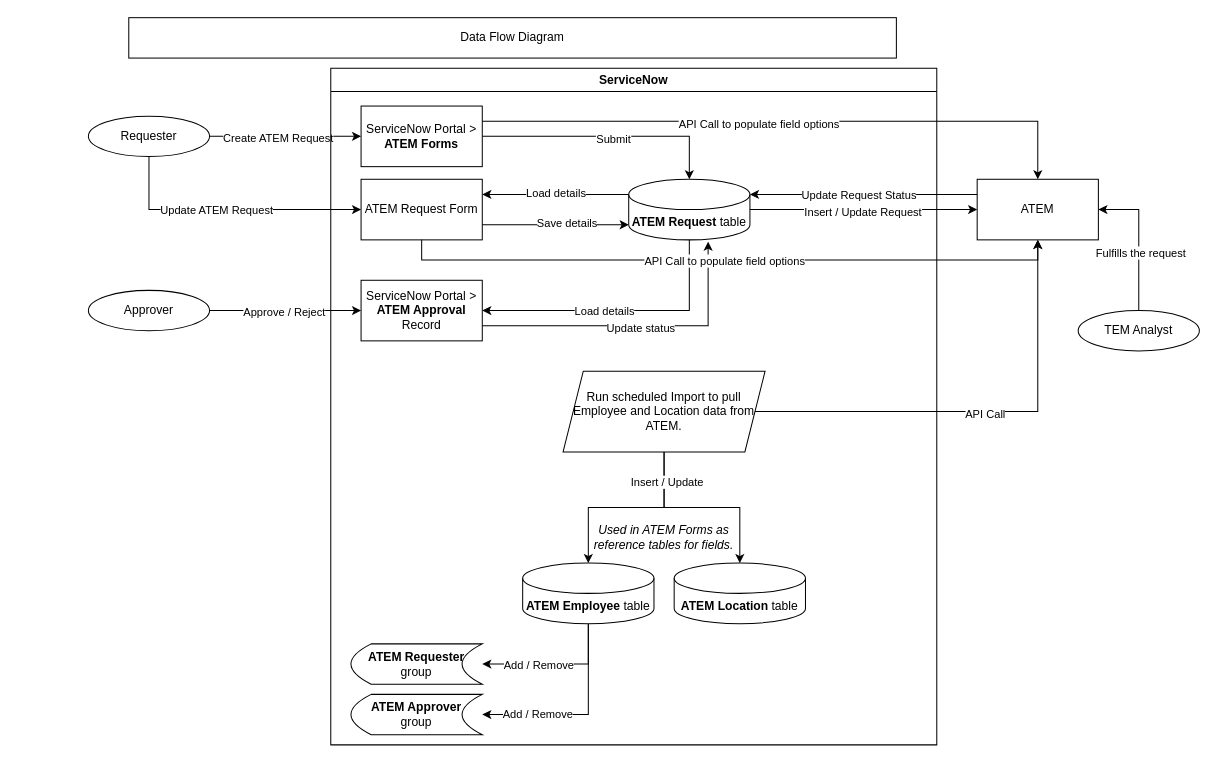
Above: ATEM Wireless DFD.drawio in delatorrepsyche/Flowcharts (draw.io), before the change. Source tidied: cells renumbered, new cells numbered last; positions are measured from the earlier drawing's top-left corner, leaving out a move shared by most shapes. Both pictures are drawn from the tidied source at 101%, with x=0, y=0 at pixel (88, 17).
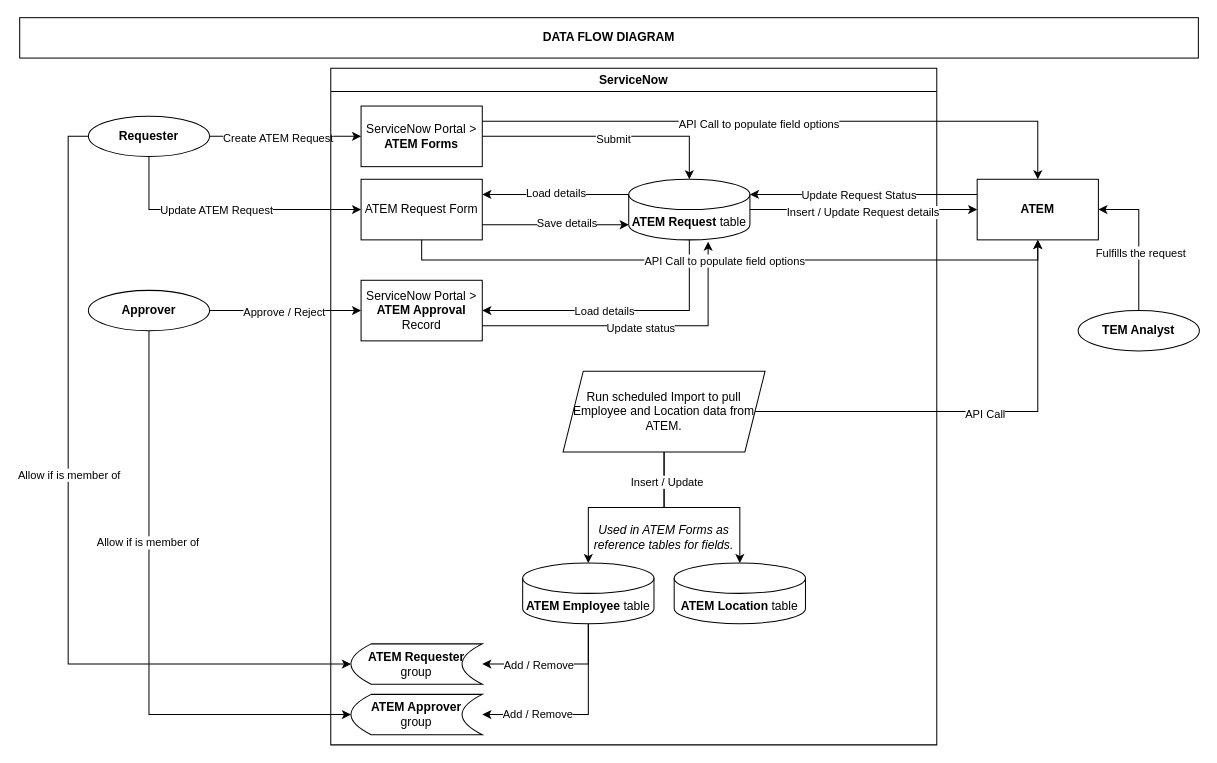
The same page after the edit.

Unchanged cells that the change refers to:
```xml
<mxCell id="26" value="&lt;b&gt;ATEM Requester&lt;/b&gt;&lt;div&gt;group&lt;/div&gt;" style="shape=dataStorage;whiteSpace=wrap;html=1;fixedSize=1;align=center;" parent="7" vertex="1">
  <mxGeometry x="20" y="570" width="130" height="40" as="geometry" />
</mxCell>
<mxCell id="27" value="&lt;b&gt;ATEM Approver&lt;/b&gt;&lt;div&gt;group&lt;/div&gt;" style="shape=dataStorage;whiteSpace=wrap;html=1;fixedSize=1;align=center;" parent="7" vertex="1">
  <mxGeometry x="20" y="620" width="130" height="40" as="geometry" />
</mxCell>
<mxCell id="39" style="edgeStyle=orthogonalEdgeStyle;rounded=0;jettySize=auto;html=1;exitX=1;exitY=0.5;exitDx=0;exitDy=0;exitPerimeter=0;entryX=0;entryY=0.5;entryDx=0;entryDy=0;" parent="1" edge="1" source="15" target="6">
  <mxGeometry relative="1" as="geometry" />
</mxCell>
```

Change to the diagram source:
```diff
@@
-    <mxCell id="2" value="Data Flow Diagram" style="rounded=0;whiteSpace=wrap;html=1;" parent="1" vertex="1">
-      <mxGeometry x="40" width="760" height="40" as="geometry" />
+    <mxCell id="2" value="&lt;b&gt;DATA FLOW DIAGRAM&lt;/b&gt;" style="rounded=0;whiteSpace=wrap;html=1;" parent="1" vertex="1">
+      <mxGeometry x="-68" width="1167" height="40" as="geometry" />
     </mxCell>
@@
+    <mxCell id="53" style="edgeStyle=orthogonalEdgeStyle;rounded=0;jettySize=auto;html=1;exitX=0;exitY=0.5;exitDx=0;exitDy=0;entryX=0;entryY=0.5;entryDx=0;entryDy=0;" parent="1" edge="1" source="5" target="26">
+      <mxGeometry relative="1" as="geometry" />
+    </mxCell>
+    <mxCell id="54" value="Allow if is member of" style="edgeLabel;html=1;align=center;verticalAlign=middle;" parent="53" vertex="1">
+      <mxGeometry x="-0.14" relative="1" as="geometry">
+        <mxPoint y="1" as="offset" />
+      </mxGeometry>
+    </mxCell>
-    <mxCell id="5" value="Requester" style="ellipse;whiteSpace=wrap;html=1;" parent="1" vertex="1">
+    <mxCell id="5" value="&lt;b&gt;Requester&lt;/b&gt;" style="ellipse;whiteSpace=wrap;html=1;" parent="1" vertex="1">
       <mxGeometry y="97.5" width="120" height="40" as="geometry" />
     </mxCell>
-    <mxCell id="6" value="ATEM" style="rounded=0;whiteSpace=wrap;html=1;" parent="1" vertex="1">
+    <mxCell id="6" value="&lt;b&gt;ATEM&lt;/b&gt;" style="rounded=0;whiteSpace=wrap;html=1;" parent="1" vertex="1">
       <mxGeometry x="880" y="160" width="120" height="60" as="geometry" />
     </mxCell>
@@
-    <mxCell id="40" value="Insert / Update Request" style="edgeLabel;html=1;align=center;verticalAlign=middle;" parent="39" vertex="1">
+    <mxCell id="40" value="Insert / Update Request details" style="edgeLabel;html=1;align=center;verticalAlign=middle;" parent="39" vertex="1">
       <mxGeometry x="-0.01" y="-1" relative="1" as="geometry">
         <mxPoint y="1" as="offset" />
       </mxGeometry>
     </mxCell>
@@
+    <mxCell id="55" style="edgeStyle=orthogonalEdgeStyle;rounded=0;jettySize=auto;html=1;exitX=0.5;exitY=1;exitDx=0;exitDy=0;entryX=0;entryY=0.5;entryDx=0;entryDy=0;" parent="1" edge="1" source="49" target="27">
+      <mxGeometry relative="1" as="geometry" />
+    </mxCell>
+    <mxCell id="56" value="Allow if is member of" style="edgeLabel;html=1;align=center;verticalAlign=middle;" parent="55" vertex="1">
+      <mxGeometry x="-0.28" y="-2" relative="1" as="geometry" />
+    </mxCell>
-    <mxCell id="49" value="Approver" style="ellipse;whiteSpace=wrap;html=1;" parent="1" vertex="1">
+    <mxCell id="49" value="&lt;b&gt;Approver&lt;/b&gt;" style="ellipse;whiteSpace=wrap;html=1;" parent="1" vertex="1">
       <mxGeometry y="270" width="120" height="40" as="geometry" />
     </mxCell>
@@
-    <mxCell id="52" value="TEM Analyst" style="ellipse;whiteSpace=wrap;html=1;" parent="1" vertex="1">
+    <mxCell id="52" value="&lt;b&gt;TEM Analyst&lt;/b&gt;" style="ellipse;whiteSpace=wrap;html=1;" parent="1" vertex="1">
       <mxGeometry x="980" y="290" width="120" height="40" as="geometry" />
     </mxCell>
```
